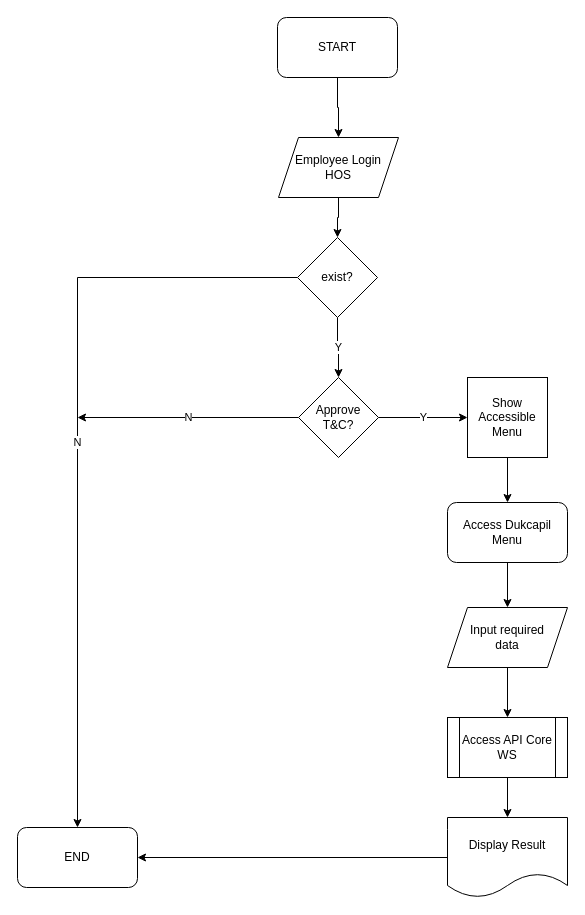
This is ITDEV/Diagram Tanpa Judul.drawio from gustianom/hanwhaiso, a draw.io file, before an edit. Source tidied: cells renumbered, new cells numbered last; positions are measured from the earlier drawing's top-left corner, leaving out a move shared by most shapes. Both pictures are drawn from the tidied source at 100%, with x=0, y=0 at pixel (17, 17).
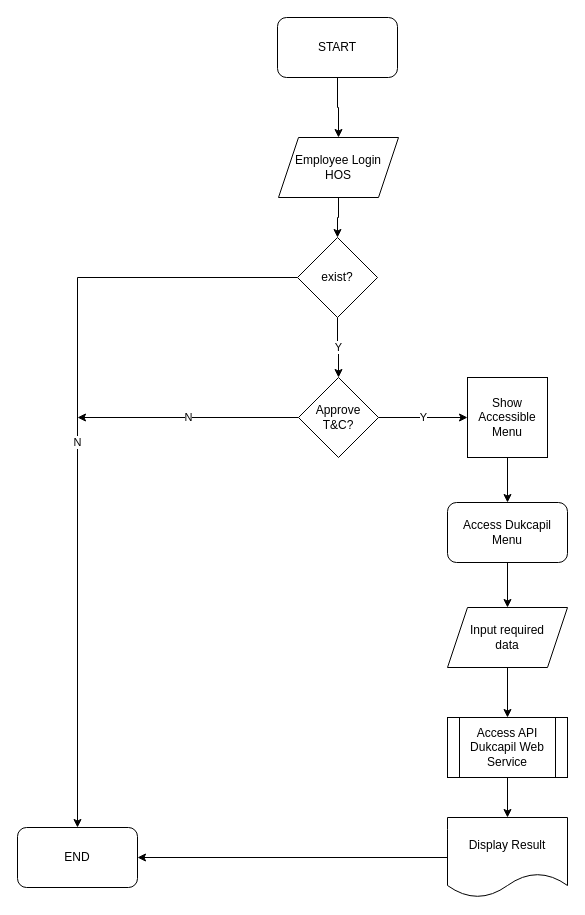
The same diagram, later.

The edit, as a diff of the source:
```diff
@@
-    <mxCell id="20" value="Access API Core WS" style="shape=process;whiteSpace=wrap;html=1;backgroundOutline=1;" parent="1" vertex="1">
+    <mxCell id="20" value="Access API Dukcapil Web Service" style="shape=process;whiteSpace=wrap;html=1;backgroundOutline=1;" parent="1" vertex="1">
       <mxGeometry x="430" y="700" width="120" height="60" as="geometry" />
     </mxCell>
```
